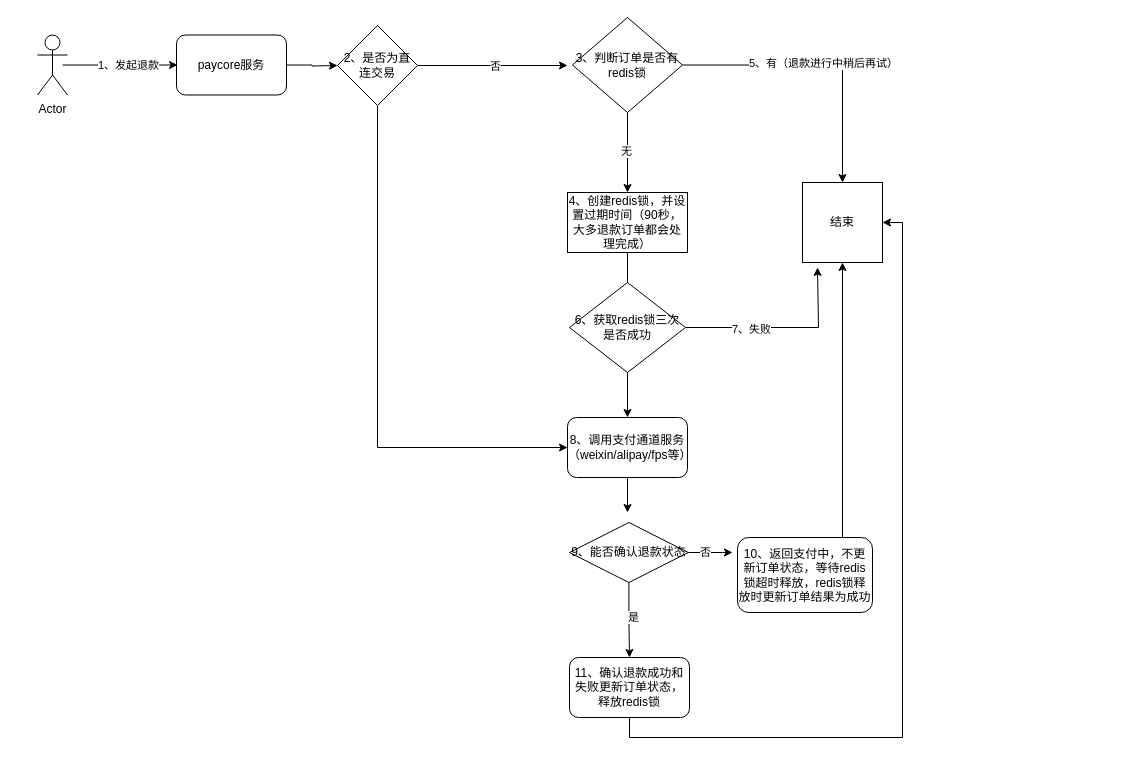
This is 未命名绘图.drawio from ferryman1993/-, a draw.io file, before an edit. Source tidied: cells renumbered, new cells numbered last; positions are measured from the earlier drawing's top-left corner, leaving out a move shared by most shapes. Both pictures are drawn from the tidied source at 100%, with x=0, y=0 at pixel (37, 17).
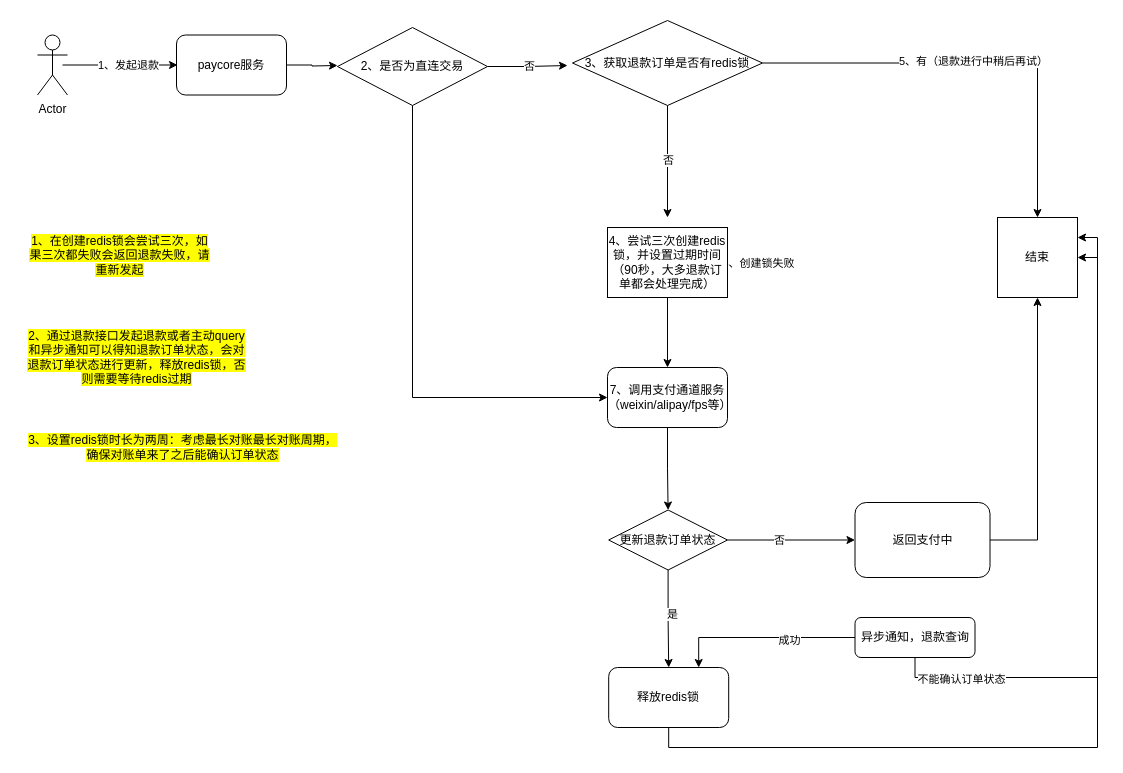
The same diagram, later.

Commit message:
防止重复退款发起.drawio

The edit, as a diff of the source:
```diff
@@
-    <mxCell id="8" style="edgeStyle=orthogonalEdgeStyle;rounded=0;jettySize=auto;html=1;exitX=0.5;exitY=1;exitDx=0;exitDy=0;" parent="1" edge="1" source="10">
-      <mxGeometry relative="1" as="geometry">
-        <mxPoint x="590" y="175" as="targetPoint" />
-      </mxGeometry>
-    </mxCell>
-    <mxCell id="9" value="无" style="edgeLabel;html=1;align=center;verticalAlign=middle;" parent="8" vertex="1">
-      <mxGeometry x="-0.06" y="-2" relative="1" as="geometry" />
-    </mxCell>
+    <mxCell id="34" style="edgeStyle=orthogonalEdgeStyle;rounded=0;jettySize=auto;html=1;exitX=0.5;exitY=1;exitDx=0;exitDy=0;" parent="1" edge="1" source="10">
+      <mxGeometry relative="1" as="geometry">
+        <mxPoint x="630" y="200" as="targetPoint" />
+      </mxGeometry>
+    </mxCell>
+    <mxCell id="35" value="否" style="edgeLabel;html=1;align=center;verticalAlign=middle;" parent="34" vertex="1">
+      <mxGeometry x="-0.04" relative="1" as="geometry" />
+    </mxCell>
-    <mxCell id="10" value="3、判断订单是否有redis锁" style="rhombus;whiteSpace=wrap;html=1;" parent="1" vertex="1">
-      <mxGeometry x="535" width="110" height="95" as="geometry" />
+    <mxCell id="10" value="3、获取退款订单是否有redis锁" style="rhombus;whiteSpace=wrap;html=1;" parent="1" vertex="1">
+      <mxGeometry x="535" y="3" width="190" height="85" as="geometry" />
     </mxCell>
     <mxCell id="11" value="结束" style="whiteSpace=wrap;html=1;" parent="1" vertex="1">
-      <mxGeometry x="765" y="165" width="80" height="80" as="geometry" />
+      <mxGeometry x="960" y="200" width="80" height="80" as="geometry" />
     </mxCell>
-    <mxCell id="12" style="edgeStyle=orthogonalEdgeStyle;rounded=0;jettySize=auto;html=1;exitX=0.5;exitY=1;exitDx=0;exitDy=0;" parent="1" edge="1" source="13">
-      <mxGeometry relative="1" as="geometry">
-        <mxPoint x="590" y="305" as="targetPoint" />
-      </mxGeometry>
-    </mxCell>
+    <mxCell id="36" style="edgeStyle=orthogonalEdgeStyle;rounded=0;jettySize=auto;html=1;" parent="1" edge="1" source="13">
+      <mxGeometry relative="1" as="geometry">
+        <mxPoint x="750" y="245" as="targetPoint" />
+      </mxGeometry>
+    </mxCell>
+    <mxCell id="37" value="6、创建锁失败" style="edgeLabel;html=1;align=center;verticalAlign=middle;" parent="36" vertex="1">
+      <mxGeometry x="0.04" relative="1" as="geometry" />
+    </mxCell>
+    <mxCell id="38" style="edgeStyle=orthogonalEdgeStyle;rounded=0;jettySize=auto;html=1;exitX=0.5;exitY=1;exitDx=0;exitDy=0;entryX=0.5;entryY=0;entryDx=0;entryDy=0;" parent="1" edge="1" source="13" target="23">
+      <mxGeometry relative="1" as="geometry" />
+    </mxCell>
-    <mxCell id="13" value="4、创建redis锁，并设置过期时间（90秒，大多退款订单都会处理完成）" style="rounded=0;whiteSpace=wrap;html=1;" parent="1" vertex="1">
-      <mxGeometry x="530" y="175" width="120" height="60" as="geometry" />
+    <mxCell id="13" value="4、尝试三次创建redis锁，并设置过期时间（90秒，大多退款订单都会处理完成）" style="rounded=0;whiteSpace=wrap;html=1;" parent="1" vertex="1">
+      <mxGeometry x="570" y="210" width="120" height="70" as="geometry" />
     </mxCell>
-    <mxCell id="14" style="edgeStyle=orthogonalEdgeStyle;rounded=0;jettySize=auto;html=1;exitX=1;exitY=0.5;exitDx=0;exitDy=0;" parent="1" edge="1" source="16">
-      <mxGeometry relative="1" as="geometry">
-        <mxPoint x="780" y="250" as="targetPoint" />
-        <Array as="points">
-          <mxPoint x="781" y="310" />
-        </Array>
-      </mxGeometry>
-    </mxCell>
-    <mxCell id="15" value="7、失败" style="edgeLabel;html=1;align=center;verticalAlign=middle;" parent="14" vertex="1">
-      <mxGeometry x="-0.33" y="-1" relative="1" as="geometry" />
-    </mxCell>
-    <mxCell id="16" value="6、获取redis锁三次是否成功" style="rhombus;whiteSpace=wrap;html=1;" parent="1" vertex="1">
-      <mxGeometry x="532" y="265" width="116" height="90" as="geometry" />
-    </mxCell>
@@
-    <mxCell id="19" style="edgeStyle=orthogonalEdgeStyle;rounded=0;jettySize=auto;html=1;exitX=1;exitY=0.5;exitDx=0;exitDy=0;" parent="1" edge="1" source="28">
-      <mxGeometry relative="1" as="geometry">
-        <mxPoint x="695" y="535" as="targetPoint" />
-        <Array as="points">
-          <mxPoint x="685" y="535" />
-          <mxPoint x="685" y="535" />
-        </Array>
-      </mxGeometry>
-    </mxCell>
-    <mxCell id="20" value="否" style="edgeLabel;html=1;align=center;verticalAlign=middle;" parent="19" vertex="1">
-      <mxGeometry x="-0.21" y="1" relative="1" as="geometry" />
-    </mxCell>
-    <mxCell id="21" style="edgeStyle=orthogonalEdgeStyle;rounded=0;jettySize=auto;html=1;exitX=0.5;exitY=1;exitDx=0;exitDy=0;" parent="1" edge="1" source="16" target="23">
-      <mxGeometry relative="1" as="geometry" />
-    </mxCell>
-    <mxCell id="22" style="edgeStyle=orthogonalEdgeStyle;rounded=0;jettySize=auto;html=1;exitX=0.5;exitY=1;exitDx=0;exitDy=0;" parent="1" edge="1" source="23">
-      <mxGeometry relative="1" as="geometry">
-        <mxPoint x="590" y="495" as="targetPoint" />
-      </mxGeometry>
-    </mxCell>
-    <mxCell id="23" value="8、调用支付通道服务（weixin/alipay/fps等）" style="rounded=1;whiteSpace=wrap;html=1;" parent="1" vertex="1">
-      <mxGeometry x="530" y="400" width="120" height="60" as="geometry" />
+    <mxCell id="23" value="7、调用支付通道服务（weixin/alipay/fps等）" style="rounded=1;whiteSpace=wrap;html=1;" parent="1" vertex="1">
+      <mxGeometry x="570" y="350" width="120" height="60" as="geometry" />
     </mxCell>
@@
-    <mxCell id="25" value="11、确认退款成功和失败更新订单状态，释放redis锁" style="rounded=1;whiteSpace=wrap;html=1;" parent="1" vertex="1">
-      <mxGeometry x="532" y="640" width="120" height="60" as="geometry" />
+    <mxCell id="25" value="释放redis锁" style="rounded=1;whiteSpace=wrap;html=1;" parent="1" vertex="1">
+      <mxGeometry x="571.2" y="650" width="120" height="60" as="geometry" />
     </mxCell>
-    <mxCell id="26" style="edgeStyle=orthogonalEdgeStyle;rounded=0;jettySize=auto;html=1;exitX=1;exitY=0.5;exitDx=0;exitDy=0;" parent="1" edge="1" source="27" target="11">
-      <mxGeometry relative="1" as="geometry">
-        <Array as="points">
-          <mxPoint x="805" y="535" />
-        </Array>
-      </mxGeometry>
+    <mxCell id="26" style="edgeStyle=orthogonalEdgeStyle;rounded=0;jettySize=auto;html=1;exitX=0;exitY=0.5;exitDx=0;exitDy=0;entryX=0.5;entryY=1;entryDx=0;entryDy=0;" parent="1" edge="1" source="27" target="11">
+      <mxGeometry relative="1" as="geometry" />
     </mxCell>
-    <mxCell id="27" value="10、返回支付中，不更新订单状态，等待redis锁超时释放，redis锁释放时更新订单结果为成功" style="rounded=1;whiteSpace=wrap;html=1;direction=west;" parent="1" vertex="1">
-      <mxGeometry x="700" y="520" width="135" height="75" as="geometry" />
+    <mxCell id="27" value="返回支付中" style="rounded=1;whiteSpace=wrap;html=1;direction=west;" parent="1" vertex="1">
+      <mxGeometry x="817.5" y="485" width="135" height="75" as="geometry" />
     </mxCell>
-    <mxCell id="28" value="9、能否确认退款状态" style="rhombus;whiteSpace=wrap;html=1;" parent="1" vertex="1">
-      <mxGeometry x="532" y="505" width="118.8" height="60" as="geometry" />
-    </mxCell>
@@
     <mxCell id="33" value="2、是否为直连交易" style="rhombus;whiteSpace=wrap;html=1;" parent="1" vertex="1">
-      <mxGeometry x="300" y="8" width="80" height="80" as="geometry" />
+      <mxGeometry x="300" y="10" width="150" height="78" as="geometry" />
     </mxCell>
+    <mxCell id="39" style="edgeStyle=orthogonalEdgeStyle;rounded=0;jettySize=auto;html=1;exitX=0.5;exitY=1;exitDx=0;exitDy=0;" parent="1" edge="1" source="23" target="28">
+      <mxGeometry relative="1" as="geometry" />
+    </mxCell>
+    <mxCell id="40" style="edgeStyle=orthogonalEdgeStyle;rounded=0;jettySize=auto;html=1;entryX=1;entryY=0.5;entryDx=0;entryDy=0;" parent="1" edge="1" source="28" target="27">
+      <mxGeometry relative="1" as="geometry" />
+    </mxCell>
+    <mxCell id="41" value="否" style="edgeLabel;html=1;align=center;verticalAlign=middle;" parent="40" vertex="1">
+      <mxGeometry x="-0.2" relative="1" as="geometry" />
+    </mxCell>
+    <mxCell id="28" value="更新退款订单状态" style="rhombus;whiteSpace=wrap;html=1;" parent="1" vertex="1">
+      <mxGeometry x="571.2" y="492.5" width="118.8" height="60" as="geometry" />
+    </mxCell>
+    <mxCell id="42" style="edgeStyle=orthogonalEdgeStyle;rounded=0;jettySize=auto;html=1;exitX=0;exitY=0.5;exitDx=0;exitDy=0;entryX=0.75;entryY=0;entryDx=0;entryDy=0;" parent="1" edge="1" source="46" target="25">
+      <mxGeometry relative="1" as="geometry" />
+    </mxCell>
+    <mxCell id="43" value="成功" style="edgeLabel;html=1;align=center;verticalAlign=middle;" parent="42" vertex="1">
+      <mxGeometry x="-0.29" y="2" relative="1" as="geometry" />
+    </mxCell>
+    <mxCell id="44" style="edgeStyle=orthogonalEdgeStyle;rounded=0;jettySize=auto;html=1;exitX=0.5;exitY=1;exitDx=0;exitDy=0;entryX=1;entryY=0.25;entryDx=0;entryDy=0;" parent="1" edge="1" source="46" target="11">
+      <mxGeometry relative="1" as="geometry" />
+    </mxCell>
+    <mxCell id="45" value="不能确认订单状态" style="edgeLabel;html=1;align=center;verticalAlign=middle;" parent="44" vertex="1">
+      <mxGeometry x="-0.8" y="-1" relative="1" as="geometry" />
+    </mxCell>
+    <mxCell id="46" value="异步通知，退款查询" style="rounded=1;whiteSpace=wrap;html=1;" parent="1" vertex="1">
+      <mxGeometry x="817.5" y="600" width="120" height="40" as="geometry" />
+    </mxCell>
+    <mxCell id="47" value="&lt;mark class=&quot;&quot;&gt;&lt;mark class=&quot;&quot;&gt;1、在创建redis锁会尝试三次，如果三次都失败会返回退款失败，请重新发起&lt;/mark&gt;&lt;/mark&gt;" style="text;html=1;align=center;verticalAlign=middle;whiteSpace=wrap;rounded=0;" parent="1" vertex="1">
+      <mxGeometry x="-10" y="210" width="185" height="55" as="geometry" />
+    </mxCell>
+    <mxCell id="48" value="&lt;mark class=&quot;&quot;&gt;&lt;mark class=&quot;&quot;&gt;2、通过退款接口发起退款或者主动query和异步通知可以得知退款订单状态，会对退款订单状态进行更新，释放redis锁，否则需要等待redis过期&lt;/mark&gt;&lt;/mark&gt;" style="text;html=1;align=center;verticalAlign=middle;whiteSpace=wrap;rounded=0;" parent="1" vertex="1">
+      <mxGeometry x="-12.5" y="290" width="222.5" height="100" as="geometry" />
+    </mxCell>
+    <mxCell id="49" value="&lt;mark class=&quot;&quot;&gt;3、设置redis锁时长为两周：考虑最长对账最长对账周期，&lt;/mark&gt;&lt;div&gt;&lt;mark class=&quot;&quot;&gt;确保对账单来了之后能确认订单状态&lt;/mark&gt;&lt;/div&gt;" style="text;html=1;align=center;verticalAlign=middle;strokeColor=none;fillColor=none;" parent="1" vertex="1">
+      <mxGeometry x="-20" y="410" width="330" height="40" as="geometry" />
+    </mxCell>
```
